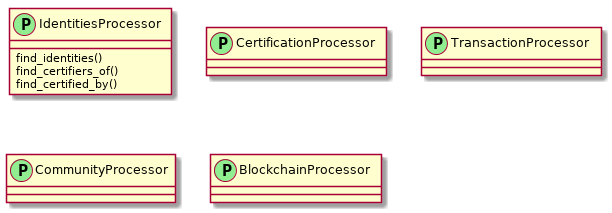
Above: doc/uml/processors.png in duniter/sakia (PlantUML), before the change. Its diagram source:
```plantuml
@startuml


class IdentitiesProcessor  << (P,lightgreen) >> {
    find_identities()
    find_certifiers_of()
    find_certified_by()
}

class CertificationProcessor  << (P,lightgreen) >> {
}
class TransactionProcessor  << (P,lightgreen) >> {
}
class CommunityProcessor  << (P,lightgreen) >> {
}
class BlockchainProcessor  << (P,lightgreen) >> {
}

@enduml
```
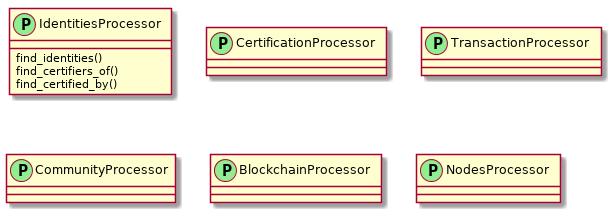
The same diagram one commit later.

The edit, as a diff of the source:
```diff
@@ -15,5 +15,7 @@
 }
 class BlockchainProcessor  << (P,lightgreen) >> {
 }
+class NodesProcessor  << (P,lightgreen) >> {
+}
 
 @enduml
```
